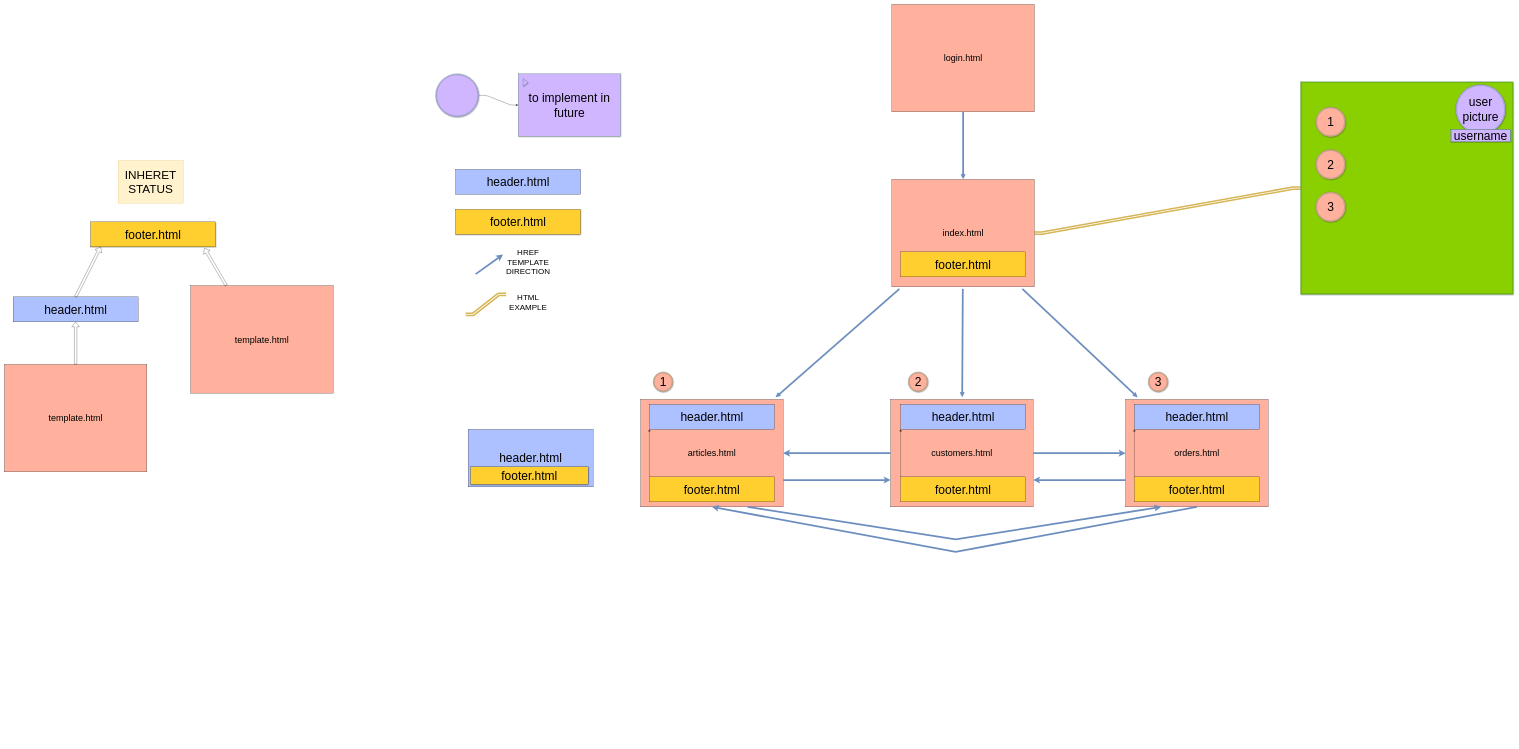
Above: diagram_templates.drawio in DarthKenar/ElCanarioRegionales (draw.io), before the change. Source tidied: cells renumbered, new cells numbered last; positions are measured from the earlier drawing's top-left corner, leaving out a move shared by most shapes. Both pictures are drawn from the tidied source at 25%, with x=0, y=0 at pixel (4, 4).
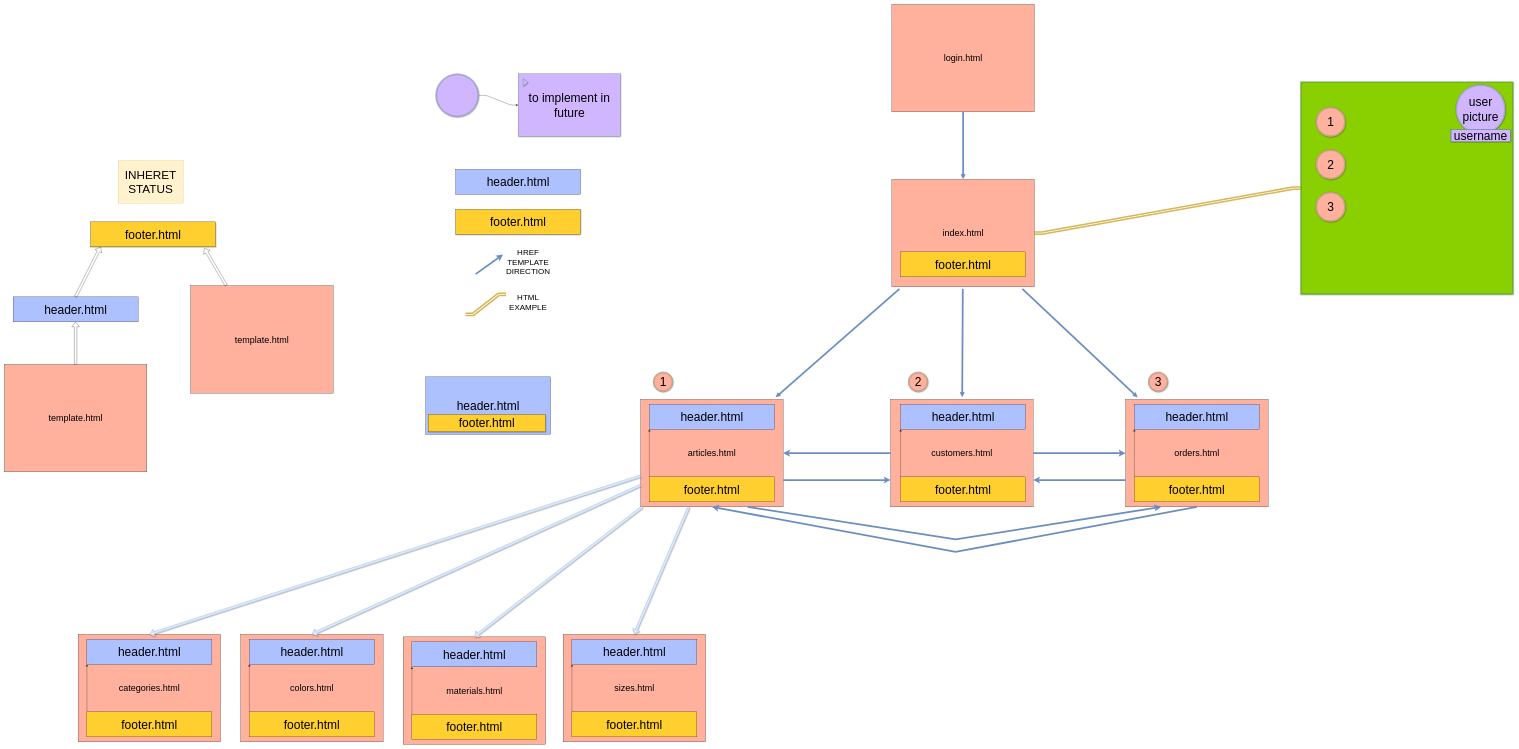
Above is the later version.

The change refers to these unchanged cells:
```xml
<mxCell id="15" value="&lt;font style=&quot;font-size: 36px;&quot;&gt;orders.html&lt;br&gt;&lt;/font&gt;" style="rounded=0;whiteSpace=wrap;html=1;fontSize=36;fillColor=#FFB19E;" parent="14" vertex="1">
  <mxGeometry width="570" height="430" as="geometry" />
</mxCell>
<mxCell id="25" value="articles.html" style="rounded=0;whiteSpace=wrap;html=1;fontSize=36;fillColor=#FFB19E;" parent="24" vertex="1">
  <mxGeometry width="570" height="430" as="geometry" />
</mxCell>
```

What changed in the source:
```diff
@@
-    <mxCell id="46" style="rounded=0;jettySize=auto;html=1;exitX=0.5;exitY=1;exitDx=0;exitDy=0;endArrow=classic;endFill=0;strokeWidth=7;entryX=0.5;entryY=1;entryDx=0;entryDy=0;fillColor=#dae8fc;strokeColor=#6c8ebf;" parent="1" edge="1" source="15" target="25">
+    <mxCell id="46" style="rounded=0;jettySize=auto;html=1;exitX=0.5;exitY=1;exitDx=0;exitDy=0;endArrow=classic;endFill=0;strokeWidth=7;entryX=0.5;entryY=1;entryDx=0;entryDy=0;fillColor=#DAE8FC;strokeColor=#6c8ebf;" parent="1" edge="1" source="15" target="25">
       <mxGeometry relative="1" as="geometry">
         <Array as="points">
           <mxPoint x="3805" y="2190" />
         </Array>
       </mxGeometry>
     </mxCell>
@@
     <mxCell id="51" style="group;" parent="1" vertex="1">
-      <mxGeometry x="1855" y="1700" width="500" height="230" as="geometry" />
+      <mxGeometry x="1685" y="1490" width="500" height="230" as="geometry" />
     </mxCell>
@@
+    <mxCell id="64" style="group;" parent="1" vertex="1">
+      <mxGeometry x="945" y="2520" width="570" height="430" as="geometry" />
+    </mxCell>
+    <mxCell id="65" value="colors.html" style="rounded=0;whiteSpace=wrap;html=1;fontSize=36;fillColor=#FFB19E;" parent="64" vertex="1">
+      <mxGeometry width="570" height="430" as="geometry" />
+    </mxCell>
+    <mxCell id="66" value="&lt;font style=&quot;font-size: 48px;&quot;&gt;header.html&lt;/font&gt;" style="rounded=0;whiteSpace=wrap;html=1;fillColor=#ADC0FF;" parent="64" vertex="1">
+      <mxGeometry x="35" y="20" width="500" height="100" as="geometry" />
+    </mxCell>
+    <mxCell id="67" style="edgeStyle=none;html=1;exitX=0;exitY=0;exitDx=0;exitDy=0;entryX=0;entryY=1;entryDx=0;entryDy=0;" parent="64" edge="1" source="68" target="66">
+      <mxGeometry relative="1" as="geometry" />
+    </mxCell>
+    <mxCell id="68" value="&lt;font style=&quot;font-size: 48px;&quot;&gt;footer.html&lt;/font&gt;" style="rounded=0;whiteSpace=wrap;html=1;fillColor=#FFCF30;" parent="64" vertex="1">
+      <mxGeometry x="35" y="310" width="500" height="100" as="geometry" />
+    </mxCell>
+    <mxCell id="69" style="group;" parent="1" vertex="1">
+      <mxGeometry x="1595" y="2530" width="570" height="430" as="geometry" />
+    </mxCell>
+    <mxCell id="70" value="materials.html" style="rounded=0;whiteSpace=wrap;html=1;fontSize=36;fillColor=#FFB19E;" parent="69" vertex="1">
+      <mxGeometry width="570" height="430" as="geometry" />
+    </mxCell>
+    <mxCell id="71" value="&lt;font style=&quot;font-size: 48px;&quot;&gt;header.html&lt;/font&gt;" style="rounded=0;whiteSpace=wrap;html=1;fillColor=#ADC0FF;" parent="69" vertex="1">
+      <mxGeometry x="35" y="20" width="500" height="100" as="geometry" />
+    </mxCell>
+    <mxCell id="72" style="edgeStyle=none;html=1;exitX=0;exitY=0;exitDx=0;exitDy=0;entryX=0;entryY=1;entryDx=0;entryDy=0;" parent="69" edge="1" source="73" target="71">
+      <mxGeometry relative="1" as="geometry" />
+    </mxCell>
+    <mxCell id="73" value="&lt;font style=&quot;font-size: 48px;&quot;&gt;footer.html&lt;/font&gt;" style="rounded=0;whiteSpace=wrap;html=1;fillColor=#FFCF30;" parent="69" vertex="1">
+      <mxGeometry x="35" y="310" width="500" height="100" as="geometry" />
+    </mxCell>
+    <mxCell id="74" style="group;" parent="1" vertex="1">
+      <mxGeometry x="2235" y="2520" width="570" height="430" as="geometry" />
+    </mxCell>
+    <mxCell id="75" value="sizes.html" style="rounded=0;whiteSpace=wrap;html=1;fontSize=36;fillColor=#FFB19E;" parent="74" vertex="1">
+      <mxGeometry width="570" height="430" as="geometry" />
+    </mxCell>
+    <mxCell id="76" value="&lt;font style=&quot;font-size: 48px;&quot;&gt;header.html&lt;/font&gt;" style="rounded=0;whiteSpace=wrap;html=1;fillColor=#ADC0FF;" parent="74" vertex="1">
+      <mxGeometry x="35" y="20" width="500" height="100" as="geometry" />
+    </mxCell>
+    <mxCell id="77" style="edgeStyle=none;html=1;exitX=0;exitY=0;exitDx=0;exitDy=0;entryX=0;entryY=1;entryDx=0;entryDy=0;" parent="74" edge="1" source="78" target="76">
+      <mxGeometry relative="1" as="geometry" />
+    </mxCell>
+    <mxCell id="78" value="&lt;font style=&quot;font-size: 48px;&quot;&gt;footer.html&lt;/font&gt;" style="rounded=0;whiteSpace=wrap;html=1;fillColor=#FFCF30;" parent="74" vertex="1">
+      <mxGeometry x="35" y="310" width="500" height="100" as="geometry" />
+    </mxCell>
+    <mxCell id="79" style="group;" parent="1" vertex="1">
+      <mxGeometry x="295" y="2520" width="570" height="430" as="geometry" />
+    </mxCell>
+    <mxCell id="80" value="categories.html" style="rounded=0;whiteSpace=wrap;html=1;fontSize=36;fillColor=#FFB19E;" parent="79" vertex="1">
+      <mxGeometry width="570" height="430" as="geometry" />
+    </mxCell>
+    <mxCell id="81" value="&lt;font style=&quot;font-size: 48px;&quot;&gt;header.html&lt;/font&gt;" style="rounded=0;whiteSpace=wrap;html=1;fillColor=#ADC0FF;" parent="79" vertex="1">
+      <mxGeometry x="35" y="20" width="500" height="100" as="geometry" />
+    </mxCell>
+    <mxCell id="82" style="edgeStyle=none;html=1;exitX=0;exitY=0;exitDx=0;exitDy=0;entryX=0;entryY=1;entryDx=0;entryDy=0;" parent="79" edge="1" source="83" target="81">
+      <mxGeometry relative="1" as="geometry" />
+    </mxCell>
+    <mxCell id="83" value="&lt;font style=&quot;font-size: 48px;&quot;&gt;footer.html&lt;/font&gt;" style="rounded=0;whiteSpace=wrap;html=1;fillColor=#FFCF30;" parent="79" vertex="1">
+      <mxGeometry x="35" y="310" width="500" height="100" as="geometry" />
+    </mxCell>
+    <mxCell id="84" style="edgeStyle=none;shape=flexArrow;html=1;entryX=0.5;entryY=0;entryDx=0;entryDy=0;shadow=1;strokeColor=#6C8EBF;fillColor=#DAE8FC;" parent="1" edge="1" source="25" target="80">
+      <mxGeometry relative="1" as="geometry" />
+    </mxCell>
+    <mxCell id="85" style="edgeStyle=none;shape=flexArrow;html=1;entryX=0.5;entryY=0;entryDx=0;entryDy=0;shadow=1;strokeColor=#6C8EBF;fillColor=#DAE8FC;" parent="1" edge="1" source="25" target="65">
+      <mxGeometry relative="1" as="geometry" />
+    </mxCell>
+    <mxCell id="86" style="edgeStyle=none;shape=flexArrow;html=1;entryX=0.5;entryY=0;entryDx=0;entryDy=0;shadow=1;strokeColor=#6C8EBF;fillColor=#DAE8FC;" parent="1" edge="1" source="25" target="70">
+      <mxGeometry relative="1" as="geometry" />
+    </mxCell>
+    <mxCell id="87" style="edgeStyle=none;shape=flexArrow;html=1;entryX=0.5;entryY=0;entryDx=0;entryDy=0;shadow=1;strokeColor=#6C8EBF;fillColor=#DAE8FC;" parent="1" edge="1" source="25" target="75">
+      <mxGeometry relative="1" as="geometry" />
+    </mxCell>
```
